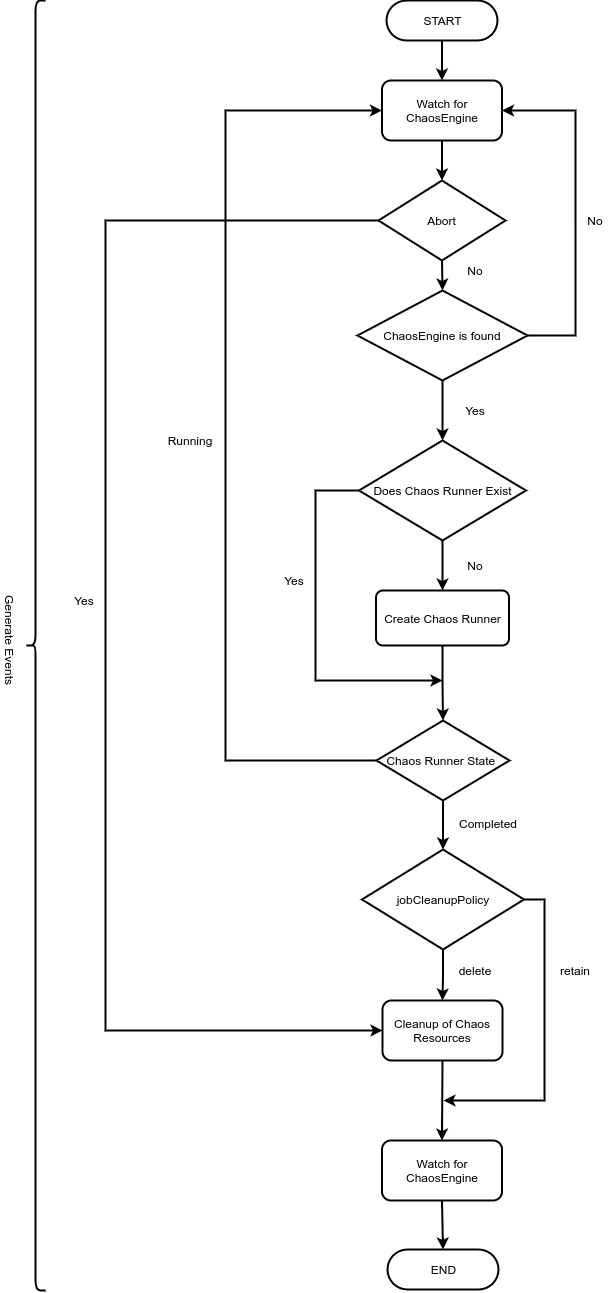
Before: website/versioned_docs/version-2.0.0/assets/chaos-execution-plane-chaos-operator.png, a diagram exported from draw.io (litmuschaos/litmus-docs). Source tidied: cells renumbered, new cells last; positions are measured from the earlier drawing's top-left corner, leaving out a move shared by most shapes.
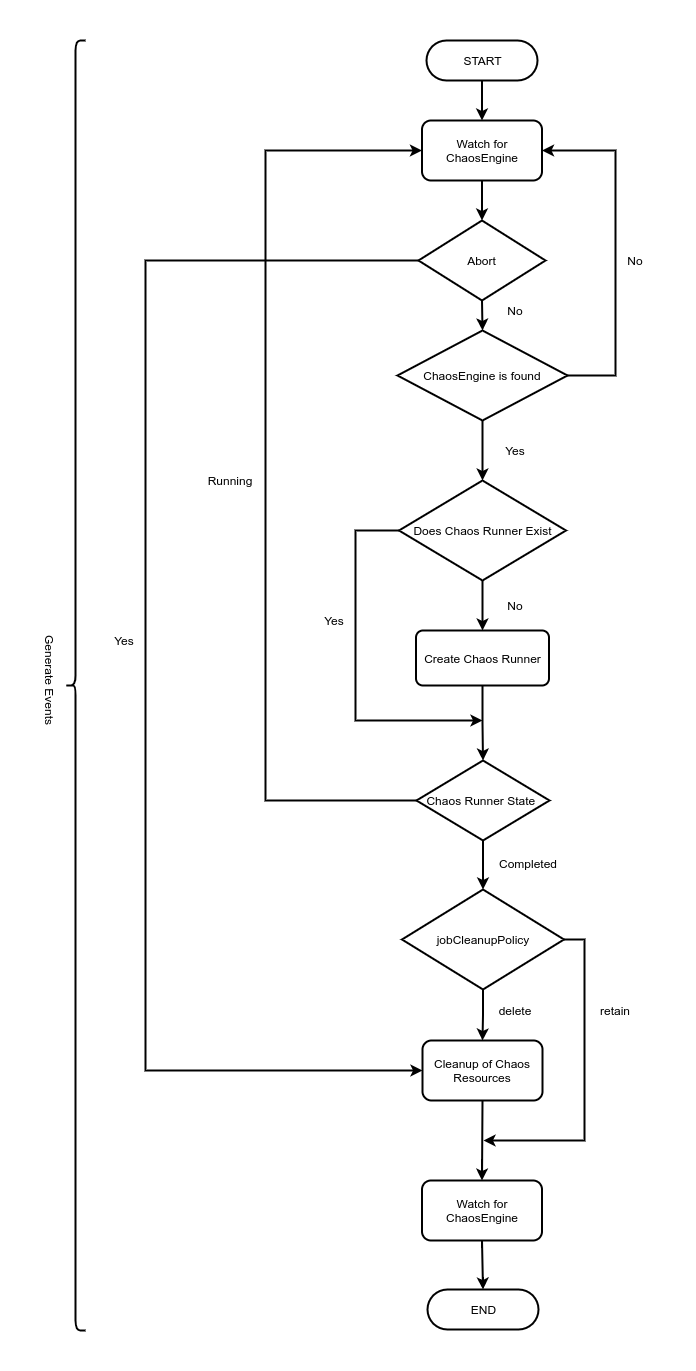
Above is the later version.

Change to the diagram source:
```diff
@@ -2,6 +2,9 @@
   <root>
     <mxCell id="0" />
     <mxCell id="1" parent="0" />
+    <mxCell id="41" style="rounded=0;whiteSpace=wrap;html=1;strokeColor=none;" parent="1" vertex="1">
+      <mxGeometry y="-40" width="695" height="1370" as="geometry" />
+    </mxCell>
     <mxCell id="2" style="edgeStyle=orthogonalEdgeStyle;rounded=0;jettySize=auto;html=1;exitX=0.5;exitY=1;exitDx=0;exitDy=0;exitPerimeter=0;entryX=0.5;entryY=0;entryDx=0;entryDy=0;entryPerimeter=0;strokeWidth=2;" parent="1" edge="1" source="4" target="7">
       <mxGeometry relative="1" as="geometry" />
     </mxCell>
```
